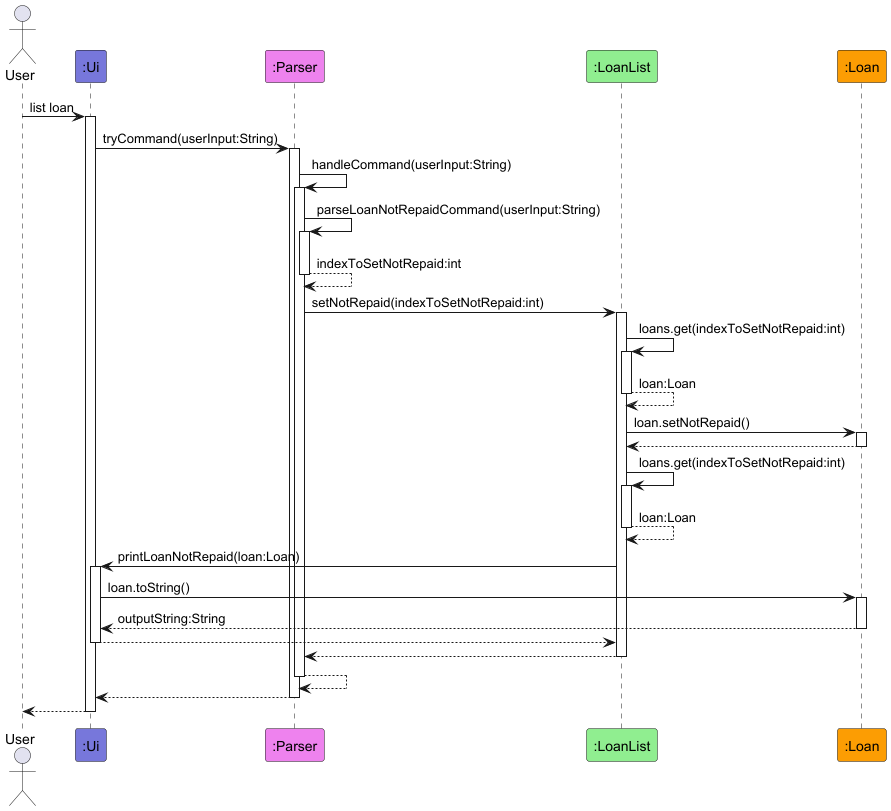
This is docs/diagrams/loan/LoanNotRepaidSequenceDiagram.png from AY2526S1-CS2113-T10-1/tp, a PlantUML export, as it was before one commit. The source it was exported from:
```plantuml
@startuml
!include style.puml

actor User

participant ":Ui" as Ui LOGIC_COLOR_T1
participant ":Parser" as Parser LOGIC_COLOR_T2
participant ":LoanList" as LoanList LOGIC_COLOR_T3
participant ":Loan" as Loan LOGIC_COLOR_T4

User -> Ui ++: list loan

Ui -> Parser ++: tryCommand(userInput:String)

Parser -> Parser ++: handleCommand(userInput:String)

Parser -> Parser ++: parseLoanNotRepaidCommand(userInput:String)
return indexToSetNotRepaid:int

Parser -> LoanList ++: setNotRepaid(indexToSetNotRepaid:int)

LoanList -> LoanList ++: loans.get(indexToSetNotRepaid:int)
return loan:Loan

LoanList -> Loan ++: loan.setNotRepaid()
return

LoanList -> LoanList ++: loans.get(indexToSetNotRepaid:int)
return loan:Loan

LoanList -> Ui ++: printLoanNotRepaid(loan:Loan)
Ui -> Loan ++: loan.toString()
return outputString:String
return


return
return
return
return

@enduml
```
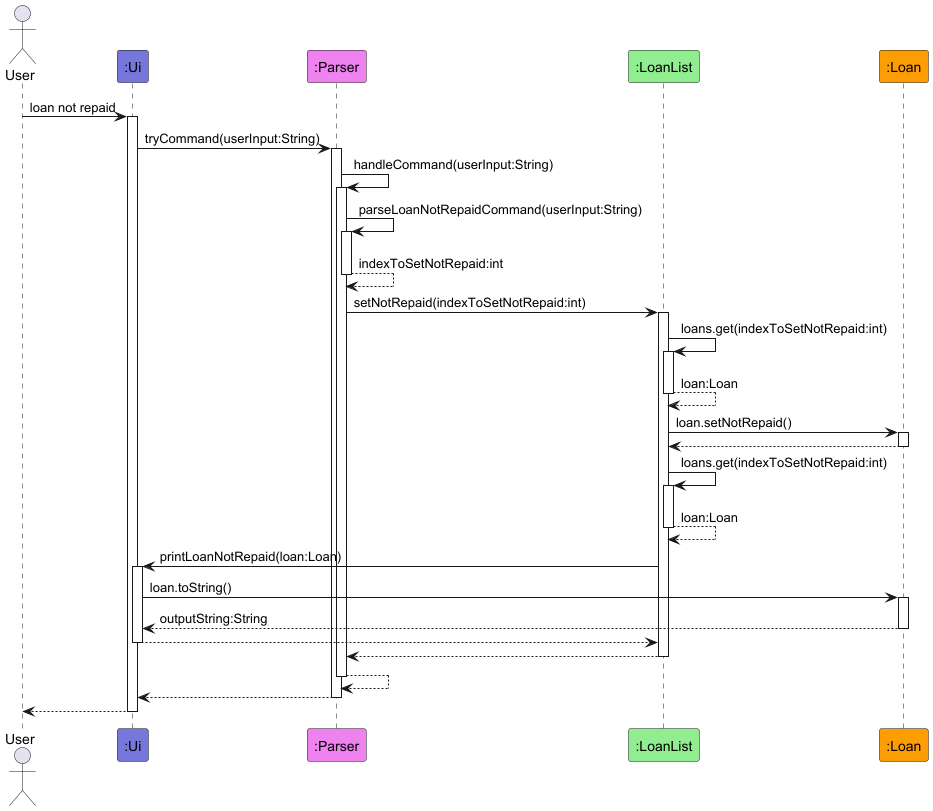
After the commit.

Commit message:
Fix sequence diagrams of loan repaid and loan not repaid commands

The edit, as a diff of the source:
```diff
@@ -1,5 +1,5 @@
 @startuml
-!include style.puml
+!include ../style.puml
 
 actor User
 
@@ -8,7 +8,7 @@
 participant ":LoanList" as LoanList LOGIC_COLOR_T3
 participant ":Loan" as Loan LOGIC_COLOR_T4
 
-User -> Ui ++: list loan
+User -> Ui ++: loan not repaid
 
 Ui -> Parser ++: tryCommand(userInput:String)
 
```
